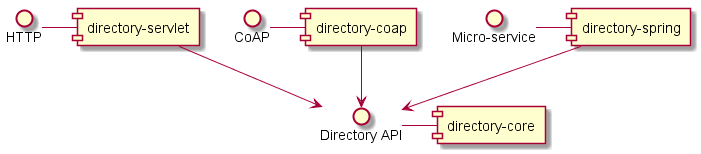
Above: components.png in thingweb/thingweb-directory (PlantUML), before the change.
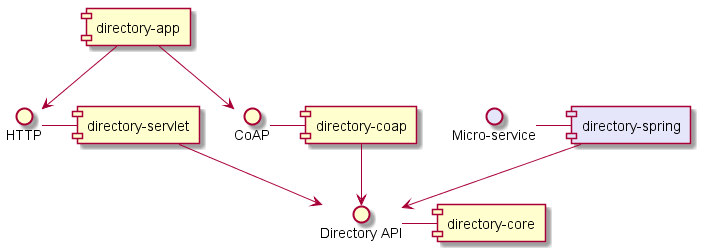
Above is the later version.

Commit message:
updated component diagram

Diff of the diagram source:
```diff
@@ -1,7 +1,9 @@
 @startuml
 
 interface "Directory API" as API
-interface "Micro-service" as MS
+interface "Micro-service" as MS #Lavender
+
+component [directory-spring] #Lavender
 
 API - [directory-core]
 HTTP - [directory-servlet]
@@ -10,5 +12,7 @@
 [directory-servlet] --> API
 [directory-coap] --> API
 [directory-spring] --> API
+[directory-app] --> HTTP
+[directory-app] --> CoAP
 
 @enduml
```
